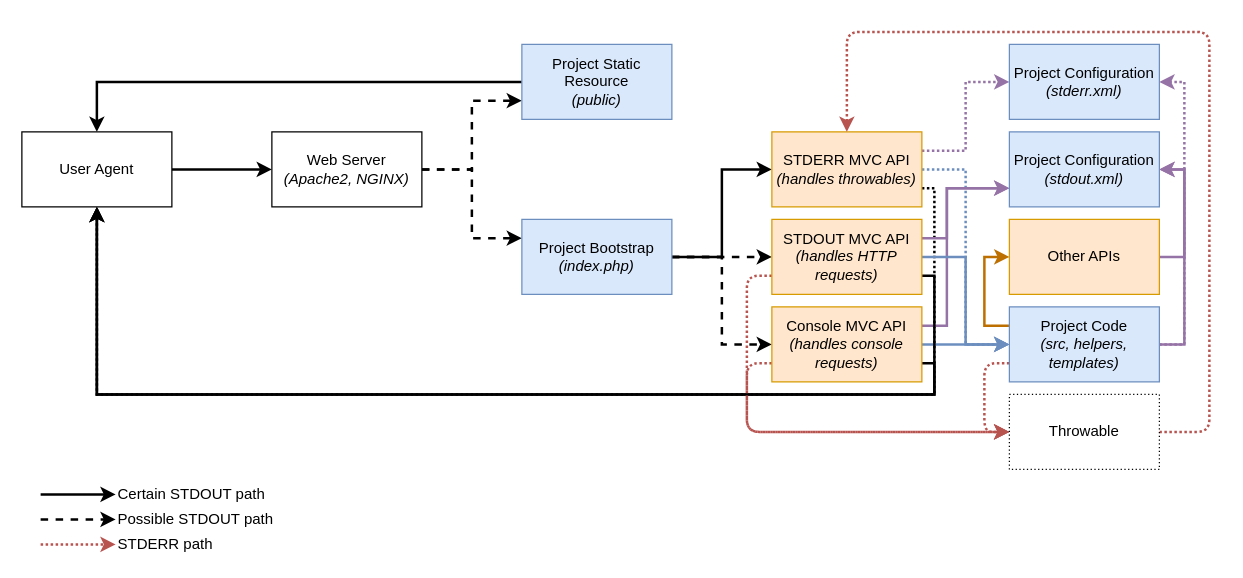
Earlier version of the draw.io diagram Untitled Diagram.drawio (aherne/lucinda-framework). Source tidied: cells renumbered, new cells numbered last; positions are measured from the earlier drawing's top-left corner, leaving out a move shared by most shapes. Both pictures are drawn from the tidied source at 125%, with x=0, y=0 at pixel (21, 31).
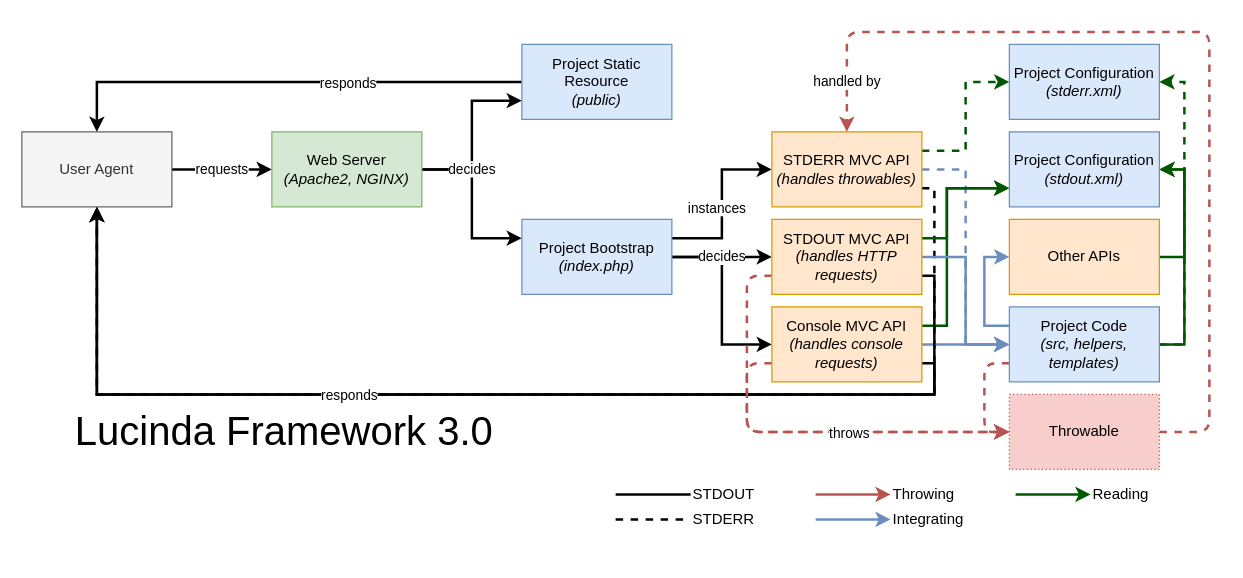
The same diagram, later.

The change refers to these unchanged cells:
```xml
<mxCell id="10" value="Project Bootstrap&lt;br&gt;&lt;i&gt;(index.php)&lt;/i&gt;" style="rounded=0;whiteSpace=wrap;html=1;fillColor=#dae8fc;strokeColor=#6c8ebf;" parent="1" vertex="1">
  <mxGeometry x="400" y="150" width="120" height="60" as="geometry" />
</mxCell>
<mxCell id="11" style="edgeStyle=orthogonalEdgeStyle;rounded=0;jettySize=auto;html=1;exitX=0;exitY=0.5;exitDx=0;exitDy=0;entryX=0.5;entryY=0;entryDx=0;entryDy=0;strokeWidth=2;" parent="1" edge="1" source="12" target="3">
  <mxGeometry relative="1" as="geometry" />
</mxCell>
<mxCell id="12" value="Project Static Resource&lt;br&gt;&lt;i&gt;(public)&lt;/i&gt;" style="rounded=0;whiteSpace=wrap;html=1;fillColor=#dae8fc;strokeColor=#6c8ebf;" parent="1" vertex="1">
  <mxGeometry x="400" y="10" width="120" height="60" as="geometry" />
</mxCell>
<mxCell id="16" value="STDERR MVC API&lt;br&gt;&lt;i&gt;(handles throwables)&lt;/i&gt;" style="rounded=0;whiteSpace=wrap;html=1;fillColor=#ffe6cc;strokeColor=#d79b00;" parent="1" vertex="1">
  <mxGeometry x="600" y="80" width="120" height="60" as="geometry" />
</mxCell>
<mxCell id="22" value="Console MVC API&lt;br&gt;&lt;i&gt;(handles console requests)&lt;/i&gt;" style="rounded=0;whiteSpace=wrap;html=1;fillColor=#ffe6cc;strokeColor=#d79b00;" parent="1" vertex="1">
  <mxGeometry x="600" y="220" width="120" height="60" as="geometry" />
</mxCell>
<mxCell id="24" value="Other APIs" style="rounded=0;whiteSpace=wrap;html=1;fillColor=#ffe6cc;strokeColor=#d79b00;" parent="1" vertex="1">
  <mxGeometry x="790" y="150" width="120" height="60" as="geometry" />
</mxCell>
<mxCell id="25" value="Project Configuration&lt;br&gt;&lt;i&gt;(stderr.xml)&lt;/i&gt;" style="rounded=0;whiteSpace=wrap;html=1;fillColor=#dae8fc;strokeColor=#6c8ebf;" parent="1" vertex="1">
  <mxGeometry x="790" y="10" width="120" height="60" as="geometry" />
</mxCell>
<mxCell id="30" value="Project Code&lt;br&gt;&lt;i&gt;(src, helpers, templates)&lt;/i&gt;" style="rounded=0;whiteSpace=wrap;html=1;fillColor=#dae8fc;strokeColor=#6c8ebf;" parent="1" vertex="1">
  <mxGeometry x="790" y="220" width="120" height="60" as="geometry" />
</mxCell>
<mxCell id="33" style="edgeStyle=orthogonalEdgeStyle;rounded=0;jettySize=auto;html=1;exitX=1;exitY=0.75;exitDx=0;exitDy=0;entryX=0.5;entryY=1;entryDx=0;entryDy=0;fillColor=#f5f5f5;strokeWidth=2;" parent="1" edge="1" source="35" target="3">
  <mxGeometry relative="1" as="geometry">
    <Array as="points">
      <mxPoint x="730" y="195" />
      <mxPoint x="730" y="290" />
      <mxPoint x="60" y="290" />
    </Array>
  </mxGeometry>
</mxCell>
<mxCell id="35" value="STDOUT MVC API&lt;br&gt;&lt;i&gt;(handles HTTP requests&lt;/i&gt;&lt;i&gt;)&lt;/i&gt;" style="rounded=0;whiteSpace=wrap;html=1;fillColor=#ffe6cc;strokeColor=#d79b00;" parent="1" vertex="1">
  <mxGeometry x="600" y="150" width="120" height="60" as="geometry" />
</mxCell>
<mxCell id="36" value="Project Configuration&lt;br&gt;&lt;i&gt;(stdout.xml)&lt;/i&gt;" style="rounded=0;whiteSpace=wrap;html=1;fillColor=#dae8fc;strokeColor=#6c8ebf;" parent="1" vertex="1">
  <mxGeometry x="790" y="80" width="120" height="60" as="geometry" />
</mxCell>
```

Diff of the diagram source:
```diff
@@
-    <mxCell id="2" style="edgeStyle=orthogonalEdgeStyle;rounded=0;jettySize=auto;html=1;exitX=1;exitY=0.5;exitDx=0;exitDy=0;entryX=0;entryY=0.5;entryDx=0;entryDy=0;strokeWidth=2;" parent="1" edge="1" source="3" target="6">
+    <mxCell id="2" value="requests" style="edgeStyle=orthogonalEdgeStyle;rounded=0;jettySize=auto;html=1;exitX=1;exitY=0.5;exitDx=0;exitDy=0;entryX=0;entryY=0.5;entryDx=0;entryDy=0;strokeWidth=2;" parent="1" edge="1" source="3" target="6">
       <mxGeometry relative="1" as="geometry" />
     </mxCell>
-    <mxCell id="3" value="User Agent" style="rounded=0;whiteSpace=wrap;html=1;" parent="1" vertex="1">
+    <mxCell id="3" value="User Agent" style="rounded=0;whiteSpace=wrap;html=1;fillColor=#f5f5f5;strokeColor=#666666;fontColor=#333333;" parent="1" vertex="1">
       <mxGeometry y="80" width="120" height="60" as="geometry" />
     </mxCell>
-    <mxCell id="4" style="edgeStyle=orthogonalEdgeStyle;rounded=0;jettySize=auto;html=1;exitX=1;exitY=0.5;exitDx=0;exitDy=0;entryX=0;entryY=0.75;entryDx=0;entryDy=0;dashed=1;strokeWidth=2;" parent="1" edge="1" source="6" target="12">
+    <mxCell id="4" style="edgeStyle=orthogonalEdgeStyle;rounded=0;jettySize=auto;html=1;exitX=1;exitY=0.5;exitDx=0;exitDy=0;entryX=0;entryY=0.75;entryDx=0;entryDy=0;strokeWidth=2;" parent="1" edge="1" source="6" target="12">
       <mxGeometry relative="1" as="geometry" />
     </mxCell>
-    <mxCell id="5" style="edgeStyle=orthogonalEdgeStyle;rounded=0;jettySize=auto;html=1;exitX=1;exitY=0.5;exitDx=0;exitDy=0;entryX=0;entryY=0.25;entryDx=0;entryDy=0;dashed=1;strokeWidth=2;" parent="1" edge="1" source="6" target="10">
-      <mxGeometry relative="1" as="geometry" />
+    <mxCell id="5" value="decides" style="edgeStyle=orthogonalEdgeStyle;rounded=0;jettySize=auto;html=1;exitX=1;exitY=0.5;exitDx=0;exitDy=0;entryX=0;entryY=0.25;entryDx=0;entryDy=0;strokeWidth=2;" parent="1" edge="1" source="6" target="10">
+      <mxGeometry x="-0.41" relative="1" as="geometry" />
     </mxCell>
-    <mxCell id="6" value="Web Server&lt;br&gt;&lt;i&gt;(Apache2, NGINX)&lt;/i&gt;" style="rounded=0;whiteSpace=wrap;html=1;" parent="1" vertex="1">
+    <mxCell id="6" value="Web Server&lt;br&gt;&lt;i&gt;(Apache2, NGINX)&lt;/i&gt;" style="rounded=0;whiteSpace=wrap;html=1;fillColor=#d5e8d4;strokeColor=#82b366;" parent="1" vertex="1">
       <mxGeometry x="200" y="80" width="120" height="60" as="geometry" />
     </mxCell>
-    <mxCell id="7" style="edgeStyle=orthogonalEdgeStyle;rounded=0;jettySize=auto;html=1;exitX=1;exitY=0.5;exitDx=0;exitDy=0;entryX=0;entryY=0.5;entryDx=0;entryDy=0;strokeWidth=2;" parent="1" edge="1" source="10" target="16">
-      <mxGeometry relative="1" as="geometry" />
+    <mxCell id="7" style="edgeStyle=orthogonalEdgeStyle;rounded=0;jettySize=auto;html=1;exitX=1;exitY=0.25;exitDx=0;exitDy=0;entryX=0;entryY=0.5;entryDx=0;entryDy=0;strokeWidth=2;" parent="1" edge="1" source="10" target="16">
+      <mxGeometry relative="1" as="geometry">
+        <Array as="points">
+          <mxPoint x="560" y="165" />
+          <mxPoint x="560" y="110" />
+        </Array>
+      </mxGeometry>
     </mxCell>
+    <mxCell id="45" value="instances" style="edgeLabel;html=1;align=center;verticalAlign=middle;" parent="7" vertex="1">
+      <mxGeometry x="0.19" y="-3" relative="1" as="geometry">
+        <mxPoint x="-8" y="15" as="offset" />
+      </mxGeometry>
+    </mxCell>
-    <mxCell id="8" style="edgeStyle=orthogonalEdgeStyle;rounded=0;jettySize=auto;html=1;exitX=1;exitY=0.5;exitDx=0;exitDy=0;entryX=0;entryY=0.5;entryDx=0;entryDy=0;dashed=1;strokeWidth=2;" parent="1" edge="1" source="10" target="22">
+    <mxCell id="8" style="edgeStyle=orthogonalEdgeStyle;rounded=0;jettySize=auto;html=1;exitX=1;exitY=0.5;exitDx=0;exitDy=0;entryX=0;entryY=0.5;entryDx=0;entryDy=0;strokeWidth=2;" parent="1" edge="1" source="10" target="22">
       <mxGeometry relative="1" as="geometry" />
     </mxCell>
-    <mxCell id="9" style="edgeStyle=orthogonalEdgeStyle;rounded=0;jettySize=auto;html=1;exitX=1;exitY=0.5;exitDx=0;exitDy=0;entryX=0;entryY=0.5;entryDx=0;entryDy=0;dashed=1;strokeWidth=2;" parent="1" edge="1" source="10" target="35">
+    <mxCell id="9" value="decides" style="edgeStyle=orthogonalEdgeStyle;rounded=0;jettySize=auto;html=1;exitX=1;exitY=0.5;exitDx=0;exitDy=0;entryX=0;entryY=0.5;entryDx=0;entryDy=0;strokeWidth=2;" parent="1" edge="1" source="10" target="35">
       <mxGeometry relative="1" as="geometry" />
     </mxCell>
@@
+    <mxCell id="46" value="responds" style="edgeLabel;html=1;align=center;verticalAlign=middle;" parent="11" vertex="1">
+      <mxGeometry x="-0.19" relative="1" as="geometry">
+        <mxPoint x="14" as="offset" />
+      </mxGeometry>
+    </mxCell>
@@
-    <mxCell id="13" style="edgeStyle=orthogonalEdgeStyle;rounded=0;jettySize=auto;html=1;exitX=1;exitY=0.75;exitDx=0;exitDy=0;entryX=0.5;entryY=1;entryDx=0;entryDy=0;strokeWidth=2;dashed=1;dashPattern=1 1;" parent="1" edge="1" source="16" target="3">
+    <mxCell id="13" style="edgeStyle=orthogonalEdgeStyle;rounded=0;jettySize=auto;html=1;exitX=1;exitY=0.75;exitDx=0;exitDy=0;entryX=0.5;entryY=1;entryDx=0;entryDy=0;strokeWidth=2;dashed=1;" parent="1" edge="1" source="16" target="3">
       <mxGeometry relative="1" as="geometry">
         <Array as="points">
           <mxPoint x="730" y="125" />
           <mxPoint x="730" y="290" />
           <mxPoint x="60" y="290" />
         </Array>
       </mxGeometry>
     </mxCell>
-    <mxCell id="14" style="edgeStyle=orthogonalEdgeStyle;rounded=0;jettySize=auto;html=1;exitX=1;exitY=0.5;exitDx=0;exitDy=0;entryX=0;entryY=0.5;entryDx=0;entryDy=0;dashed=1;dashPattern=1 1;strokeWidth=2;strokeColor=#6C8EBF;" parent="1" edge="1" source="16" target="30">
+    <mxCell id="14" style="edgeStyle=orthogonalEdgeStyle;rounded=0;jettySize=auto;html=1;exitX=1;exitY=0.5;exitDx=0;exitDy=0;entryX=0;entryY=0.5;entryDx=0;entryDy=0;dashed=1;strokeWidth=2;strokeColor=#6c8ebf;fillColor=#dae8fc;" parent="1" edge="1" source="16" target="30">
       <mxGeometry relative="1" as="geometry" />
     </mxCell>
-    <mxCell id="15" style="edgeStyle=orthogonalEdgeStyle;rounded=0;jettySize=auto;html=1;exitX=1;exitY=0.25;exitDx=0;exitDy=0;entryX=0;entryY=0.5;entryDx=0;entryDy=0;dashed=1;dashPattern=1 1;strokeWidth=2;strokeColor=#9673A6;" parent="1" edge="1" source="16" target="25">
+    <mxCell id="15" style="edgeStyle=orthogonalEdgeStyle;rounded=0;jettySize=auto;html=1;exitX=1;exitY=0.25;exitDx=0;exitDy=0;entryX=0;entryY=0.5;entryDx=0;entryDy=0;dashed=1;strokeWidth=2;strokeColor=#005700;fillColor=#008a00;" parent="1" edge="1" source="16" target="25">
       <mxGeometry relative="1" as="geometry" />
     </mxCell>
@@
-    <mxCell id="17" style="edgeStyle=orthogonalEdgeStyle;rounded=0;jettySize=auto;html=1;exitX=1;exitY=0.25;exitDx=0;exitDy=0;entryX=0;entryY=0.75;entryDx=0;entryDy=0;fillColor=#e1d5e7;strokeColor=#9673a6;strokeWidth=2;" parent="1" edge="1" source="22" target="36">
+    <mxCell id="17" style="edgeStyle=orthogonalEdgeStyle;rounded=0;jettySize=auto;html=1;exitX=1;exitY=0.25;exitDx=0;exitDy=0;entryX=0;entryY=0.75;entryDx=0;entryDy=0;fillColor=#008a00;strokeColor=#005700;strokeWidth=2;" parent="1" edge="1" source="22" target="36">
       <mxGeometry relative="1" as="geometry">
         <Array as="points">
           <mxPoint x="740" y="235" />
           <mxPoint x="740" y="125" />
         </Array>
       </mxGeometry>
     </mxCell>
@@
-    <mxCell id="21" style="edgeStyle=orthogonalEdgeStyle;rounded=1;jettySize=auto;html=1;exitX=0;exitY=0.75;exitDx=0;exitDy=0;entryX=0;entryY=0.5;entryDx=0;entryDy=0;strokeColor=#b85450;fillColor=#f8cecc;strokeWidth=2;dashed=1;dashPattern=1 1;" parent="1" edge="1" source="22" target="38">
+    <mxCell id="21" style="edgeStyle=orthogonalEdgeStyle;rounded=1;jettySize=auto;html=1;exitX=0;exitY=0.75;exitDx=0;exitDy=0;entryX=0;entryY=0.5;entryDx=0;entryDy=0;strokeColor=#b85450;fillColor=#f8cecc;strokeWidth=2;dashed=1;" parent="1" edge="1" source="22" target="38">
       <mxGeometry relative="1" as="geometry" />
     </mxCell>
@@
-    <mxCell id="23" style="edgeStyle=orthogonalEdgeStyle;rounded=0;jettySize=auto;html=1;exitX=1;exitY=0.5;exitDx=0;exitDy=0;entryX=1;entryY=0.5;entryDx=0;entryDy=0;fillColor=#e1d5e7;strokeColor=#9673a6;strokeWidth=2;" parent="1" edge="1" source="24" target="36">
+    <mxCell id="23" style="edgeStyle=orthogonalEdgeStyle;rounded=0;jettySize=auto;html=1;exitX=1;exitY=0.5;exitDx=0;exitDy=0;entryX=1;entryY=0.5;entryDx=0;entryDy=0;fillColor=#e1d5e7;strokeWidth=2;strokeColor=#005700;" parent="1" edge="1" source="24" target="36">
       <mxGeometry relative="1" as="geometry">
         <Array as="points">
           <mxPoint x="930" y="180" />
           <mxPoint x="930" y="110" />
         </Array>
       </mxGeometry>
     </mxCell>
@@
-    <mxCell id="26" style="edgeStyle=orthogonalEdgeStyle;rounded=0;jettySize=auto;html=1;exitX=1;exitY=0.5;exitDx=0;exitDy=0;entryX=1;entryY=0.5;entryDx=0;entryDy=0;fillColor=#e1d5e7;strokeColor=#9673a6;strokeWidth=2;" parent="1" edge="1" source="30" target="36">
+    <mxCell id="26" style="edgeStyle=orthogonalEdgeStyle;rounded=0;jettySize=auto;html=1;exitX=1;exitY=0.5;exitDx=0;exitDy=0;entryX=1;entryY=0.5;entryDx=0;entryDy=0;fillColor=#008a00;strokeColor=#005700;strokeWidth=2;" parent="1" edge="1" source="30" target="36">
       <mxGeometry relative="1" as="geometry">
         <Array as="points">
           <mxPoint x="930" y="250" />
           <mxPoint x="930" y="110" />
         </Array>
       </mxGeometry>
     </mxCell>
-    <mxCell id="27" style="edgeStyle=orthogonalEdgeStyle;rounded=0;jettySize=auto;html=1;exitX=0;exitY=0.25;exitDx=0;exitDy=0;entryX=0;entryY=0.5;entryDx=0;entryDy=0;fillColor=#f0a30a;strokeColor=#BD7000;strokeWidth=2;" parent="1" edge="1" source="30" target="24">
+    <mxCell id="27" style="edgeStyle=orthogonalEdgeStyle;rounded=0;jettySize=auto;html=1;exitX=0;exitY=0.25;exitDx=0;exitDy=0;entryX=0;entryY=0.5;entryDx=0;entryDy=0;fillColor=#dae8fc;strokeColor=#6c8ebf;strokeWidth=2;" parent="1" edge="1" source="30" target="24">
       <mxGeometry relative="1" as="geometry" />
     </mxCell>
-    <mxCell id="28" style="edgeStyle=orthogonalEdgeStyle;rounded=1;jettySize=auto;html=1;exitX=0;exitY=0.75;exitDx=0;exitDy=0;entryX=0;entryY=0.5;entryDx=0;entryDy=0;strokeColor=#b85450;fillColor=#f8cecc;strokeWidth=2;dashed=1;dashPattern=1 1;" parent="1" edge="1" source="30" target="38">
+    <mxCell id="28" style="edgeStyle=orthogonalEdgeStyle;rounded=1;jettySize=auto;html=1;exitX=0;exitY=0.75;exitDx=0;exitDy=0;entryX=0;entryY=0.5;entryDx=0;entryDy=0;strokeColor=#b85450;fillColor=#f8cecc;strokeWidth=2;dashed=1;" parent="1" edge="1" source="30" target="38">
       <mxGeometry relative="1" as="geometry" />
     </mxCell>
-    <mxCell id="29" style="edgeStyle=orthogonalEdgeStyle;rounded=0;jettySize=auto;html=1;exitX=1;exitY=0.5;exitDx=0;exitDy=0;entryX=1;entryY=0.5;entryDx=0;entryDy=0;strokeWidth=2;strokeColor=#9673A6;dashed=1;dashPattern=1 1;" parent="1" edge="1" source="30" target="25">
+    <mxCell id="29" style="edgeStyle=orthogonalEdgeStyle;rounded=0;jettySize=auto;html=1;exitX=1;exitY=0.5;exitDx=0;exitDy=0;entryX=1;entryY=0.5;entryDx=0;entryDy=0;strokeWidth=2;dashed=1;fillColor=#008a00;strokeColor=#005700;" parent="1" edge="1" source="30" target="25">
       <mxGeometry relative="1" as="geometry" />
     </mxCell>
@@
-    <mxCell id="31" style="edgeStyle=orthogonalEdgeStyle;rounded=0;jettySize=auto;html=1;exitX=1;exitY=0.25;exitDx=0;exitDy=0;entryX=0;entryY=0.75;entryDx=0;entryDy=0;fillColor=#e1d5e7;strokeColor=#9673a6;strokeWidth=2;" parent="1" edge="1" source="35" target="36">
+    <mxCell id="31" style="edgeStyle=orthogonalEdgeStyle;rounded=0;jettySize=auto;html=1;exitX=1;exitY=0.25;exitDx=0;exitDy=0;entryX=0;entryY=0.75;entryDx=0;entryDy=0;fillColor=#008a00;strokeColor=#005700;strokeWidth=2;" parent="1" edge="1" source="35" target="36">
       <mxGeometry relative="1" as="geometry">
         <Array as="points">
           <mxPoint x="740" y="165" />
           <mxPoint x="740" y="125" />
         </Array>
       </mxGeometry>
     </mxCell>
@@
+    <mxCell id="47" value="responds" style="edgeLabel;html=1;align=center;verticalAlign=middle;" parent="33" vertex="1">
+      <mxGeometry x="0.28" y="-3" relative="1" as="geometry">
+        <mxPoint x="18" y="3" as="offset" />
+      </mxGeometry>
+    </mxCell>
-    <mxCell id="34" style="edgeStyle=orthogonalEdgeStyle;rounded=1;jettySize=auto;html=1;exitX=0;exitY=0.75;exitDx=0;exitDy=0;entryX=0;entryY=0.5;entryDx=0;entryDy=0;strokeColor=#b85450;fillColor=#f8cecc;strokeWidth=2;dashed=1;dashPattern=1 1;" parent="1" edge="1" source="35" target="38">
+    <mxCell id="34" style="edgeStyle=orthogonalEdgeStyle;rounded=1;jettySize=auto;html=1;exitX=0;exitY=0.75;exitDx=0;exitDy=0;entryX=0;entryY=0.5;entryDx=0;entryDy=0;strokeColor=#b85450;fillColor=#f8cecc;strokeWidth=2;dashed=1;" parent="1" edge="1" source="35" target="38">
       <mxGeometry relative="1" as="geometry" />
     </mxCell>
+    <mxCell id="48" value="throws" style="edgeLabel;html=1;align=center;verticalAlign=middle;" parent="34" vertex="1">
+      <mxGeometry x="0.12" y="-2" relative="1" as="geometry">
+        <mxPoint x="27" y="-2" as="offset" />
+      </mxGeometry>
+    </mxCell>
@@
-    <mxCell id="37" style="edgeStyle=orthogonalEdgeStyle;rounded=1;jettySize=auto;html=1;exitX=1;exitY=0.5;exitDx=0;exitDy=0;entryX=0.5;entryY=0;entryDx=0;entryDy=0;fillColor=#f8cecc;strokeColor=#b85450;strokeWidth=2;dashed=1;dashPattern=1 1;" parent="1" edge="1" source="38" target="16">
-      <mxGeometry relative="1" as="geometry">
+    <mxCell id="37" value="handled by" style="edgeStyle=orthogonalEdgeStyle;rounded=1;jettySize=auto;html=1;exitX=1;exitY=0.5;exitDx=0;exitDy=0;entryX=0.5;entryY=0;entryDx=0;entryDy=0;fillColor=#f8cecc;strokeColor=#b85450;strokeWidth=2;dashed=1;" parent="1" edge="1" source="38" target="16">
+      <mxGeometry x="0.89" relative="1" as="geometry">
         <Array as="points">
           <mxPoint x="950" y="320" />
           <mxPoint x="950" />
           <mxPoint x="660" />
         </Array>
       </mxGeometry>
     </mxCell>
-    <mxCell id="38" value="Throwable" style="rounded=0;whiteSpace=wrap;html=1;dashed=1;dashPattern=1 2;" parent="1" vertex="1">
+    <mxCell id="38" value="Throwable" style="rounded=0;whiteSpace=wrap;html=1;dashed=1;dashPattern=1 2;fillColor=#f8cecc;strokeColor=#b85450;" parent="1" vertex="1">
       <mxGeometry x="790" y="290" width="120" height="60" as="geometry" />
     </mxCell>
-    <mxCell id="39" style="endArrow=classic;html=1;strokeWidth=2;fillColor=#f5f5f5;" parent="1" edge="1">
+    <mxCell id="39" style="endArrow=none;html=1;strokeWidth=2;fillColor=#f5f5f5;endFill=0;" parent="1" edge="1">
       <mxGeometry relative="1" as="geometry">
-        <mxPoint x="15" y="370" as="sourcePoint" />
-        <mxPoint x="75" y="370" as="targetPoint" />
+        <mxPoint x="475" y="370" as="sourcePoint" />
+        <mxPoint x="535" y="370" as="targetPoint" />
       </mxGeometry>
     </mxCell>
-    <mxCell id="40" value="Certain STDOUT path" style="text;html=1;strokeColor=none;fillColor=none;align=left;verticalAlign=middle;whiteSpace=wrap;rounded=0;dashed=1;dashPattern=1 2;" parent="1" vertex="1">
-      <mxGeometry x="75" y="360" width="140" height="20" as="geometry" />
+    <mxCell id="40" value="STDOUT" style="text;html=1;strokeColor=none;fillColor=none;align=left;verticalAlign=middle;whiteSpace=wrap;rounded=0;dashed=1;dashPattern=1 2;" parent="1" vertex="1">
+      <mxGeometry x="535" y="360" width="100" height="20" as="geometry" />
     </mxCell>
-    <mxCell id="41" style="endArrow=classic;html=1;strokeWidth=2;fillColor=#f5f5f5;dashed=1;" parent="1" edge="1">
-      <mxGeometry relative="1" as="geometry">
-        <mxPoint x="15" y="390" as="sourcePoint" />
-        <mxPoint x="75" y="390" as="targetPoint" />
-      </mxGeometry>
-    </mxCell>
-    <mxCell id="42" value="Possible STDOUT path" style="text;html=1;strokeColor=none;fillColor=none;align=left;verticalAlign=middle;whiteSpace=wrap;rounded=0;dashed=1;dashPattern=1 2;" parent="1" vertex="1">
-      <mxGeometry x="75" y="380" width="140" height="20" as="geometry" />
-    </mxCell>
-    <mxCell id="43" style="endArrow=classic;html=1;strokeColor=#b85450;strokeWidth=2;fillColor=#f8cecc;dashed=1;dashPattern=1 1;" parent="1" edge="1">
-      <mxGeometry relative="1" as="geometry">
-        <mxPoint x="15" y="410" as="sourcePoint" />
-        <mxPoint x="75" y="410" as="targetPoint" />
-      </mxGeometry>
-    </mxCell>
-    <mxCell id="44" value="STDERR path" style="text;html=1;strokeColor=none;fillColor=none;align=left;verticalAlign=middle;whiteSpace=wrap;rounded=0;dashed=1;dashPattern=1 2;" parent="1" vertex="1">
-      <mxGeometry x="75" y="400" width="140" height="20" as="geometry" />
-    </mxCell>
+    <mxCell id="49" style="endArrow=none;html=1;strokeWidth=2;fillColor=#f8cecc;endFill=0;dashed=1;" parent="1" edge="1">
+      <mxGeometry relative="1" as="geometry">
+        <mxPoint x="475" y="390" as="sourcePoint" />
+        <mxPoint x="535" y="390" as="targetPoint" />
+      </mxGeometry>
+    </mxCell>
+    <mxCell id="50" value="STDERR" style="text;html=1;strokeColor=none;fillColor=none;align=left;verticalAlign=middle;whiteSpace=wrap;rounded=0;dashed=1;dashPattern=1 2;" parent="1" vertex="1">
+      <mxGeometry x="535" y="380" width="105" height="20" as="geometry" />
+    </mxCell>
+    <mxCell id="51" style="endArrow=classic;html=1;strokeWidth=2;fillColor=#f8cecc;strokeColor=#b85450;" parent="1" edge="1">
+      <mxGeometry relative="1" as="geometry">
+        <mxPoint x="635" y="370" as="sourcePoint" />
+        <mxPoint x="695" y="370" as="targetPoint" />
+      </mxGeometry>
+    </mxCell>
+    <mxCell id="52" value="Throwing" style="text;html=1;strokeColor=none;fillColor=none;align=left;verticalAlign=middle;whiteSpace=wrap;rounded=0;dashed=1;dashPattern=1 2;" parent="1" vertex="1">
+      <mxGeometry x="695" y="360" width="100" height="20" as="geometry" />
+    </mxCell>
+    <mxCell id="53" style="endArrow=classic;html=1;strokeWidth=2;fillColor=#dae8fc;strokeColor=#6c8ebf;" parent="1" edge="1">
+      <mxGeometry relative="1" as="geometry">
+        <mxPoint x="635" y="390" as="sourcePoint" />
+        <mxPoint x="695" y="390" as="targetPoint" />
+      </mxGeometry>
+    </mxCell>
+    <mxCell id="54" value="Integrating" style="text;html=1;strokeColor=none;fillColor=none;align=left;verticalAlign=middle;whiteSpace=wrap;rounded=0;dashed=1;dashPattern=1 2;" parent="1" vertex="1">
+      <mxGeometry x="695" y="380" width="100" height="20" as="geometry" />
+    </mxCell>
+    <mxCell id="55" style="endArrow=classic;html=1;strokeWidth=2;fillColor=#008a00;strokeColor=#005700;" parent="1" edge="1">
+      <mxGeometry relative="1" as="geometry">
+        <mxPoint x="795" y="370" as="sourcePoint" />
+        <mxPoint x="855" y="370" as="targetPoint" />
+      </mxGeometry>
+    </mxCell>
+    <mxCell id="56" value="Reading" style="text;html=1;strokeColor=none;fillColor=none;align=left;verticalAlign=middle;whiteSpace=wrap;rounded=0;dashed=1;dashPattern=1 2;" parent="1" vertex="1">
+      <mxGeometry x="855" y="360" width="100" height="20" as="geometry" />
+    </mxCell>
+    <mxCell id="57" value="Lucinda Framework 3.0" style="text;html=1;strokeColor=none;fillColor=none;align=center;verticalAlign=middle;whiteSpace=wrap;rounded=0;fontSize=32;" parent="1" vertex="1">
+      <mxGeometry y="310" width="420" height="20" as="geometry" />
+    </mxCell>
```
